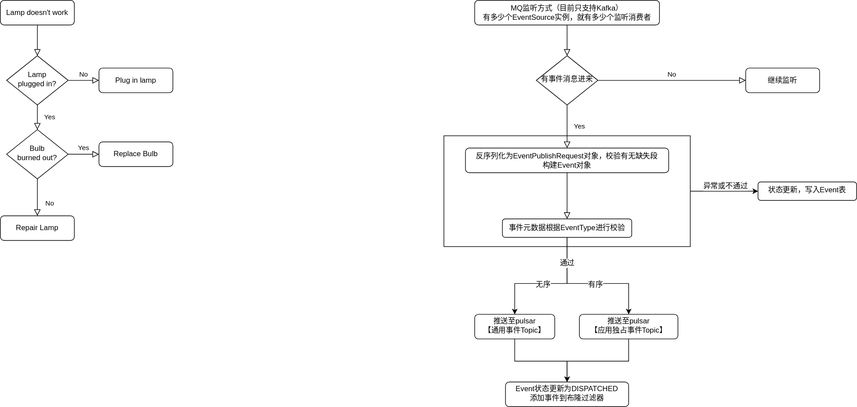
Before: 未命名绘图.drawio.svg, a diagram exported from draw.io (1171229771/draw). Source tidied: cells renumbered, new cells last; positions are measured from the earlier drawing's top-left corner, leaving out a move shared by most shapes.
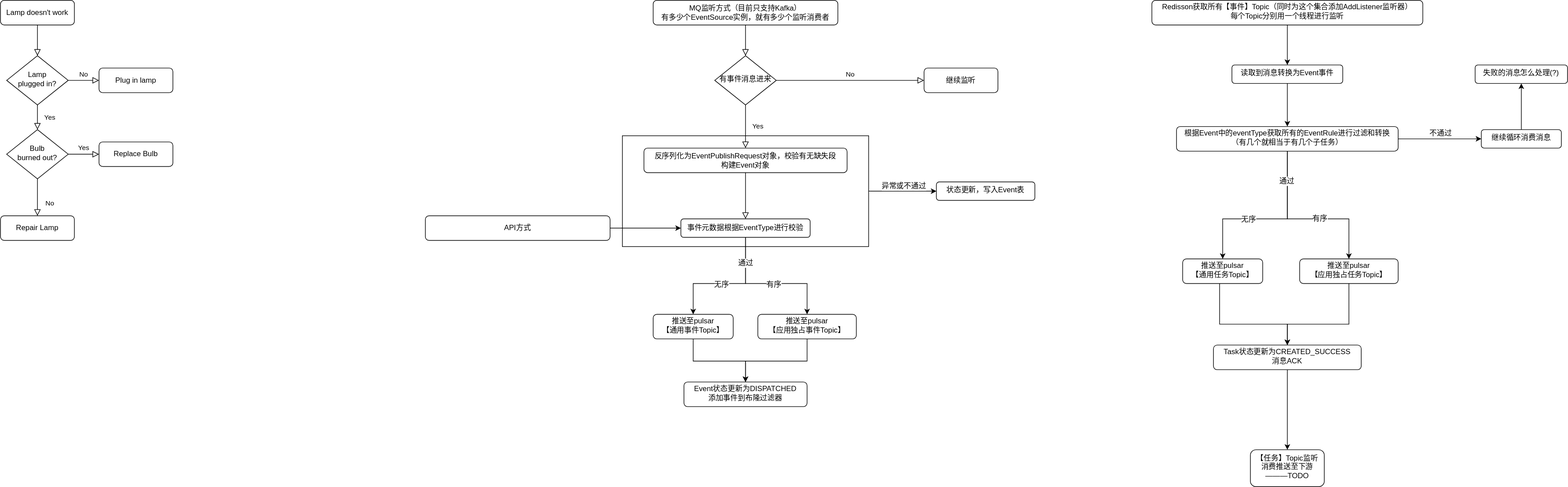
After the change.

Commit message:
更新未命名绘图.drawio.svg

The edit, as a diff of the source:
```diff
@@ -9,7 +9,7 @@
       <mxGeometry relative="1" as="geometry" />
     </mxCell>
     <mxCell id="4" value="Lamp doesn't work" style="rounded=1;whiteSpace=wrap;html=1;fontSize=12;glass=0;strokeWidth=1;shadow=0;" parent="1" vertex="1">
-      <mxGeometry width="120" height="40" as="geometry" />
+      <mxGeometry x="-290" width="120" height="40" as="geometry" />
     </mxCell>
     <mxCell id="5" value="Yes" style="rounded=0;html=1;jettySize=auto;fontSize=11;endArrow=block;endFill=0;endSize=8;strokeWidth=1;shadow=0;labelBackgroundColor=none;edgeStyle=orthogonalEdgeStyle;" parent="1" edge="1" source="7" target="11">
       <mxGeometry y="20" relative="1" as="geometry" />
@@ -18,10 +18,10 @@
       <mxGeometry y="10" relative="1" as="geometry" />
     </mxCell>
     <mxCell id="7" value="Lamp&lt;br&gt;plugged in?" style="rhombus;whiteSpace=wrap;html=1;shadow=0;fontFamily=Helvetica;fontSize=12;align=center;strokeWidth=1;spacing=6;spacingTop=-4;" parent="1" vertex="1">
-      <mxGeometry x="10" y="90" width="100" height="80" as="geometry" />
+      <mxGeometry x="-280" y="90" width="100" height="80" as="geometry" />
     </mxCell>
     <mxCell id="8" value="Plug in lamp" style="rounded=1;whiteSpace=wrap;html=1;fontSize=12;glass=0;strokeWidth=1;shadow=0;" parent="1" vertex="1">
-      <mxGeometry x="160" y="110" width="120" height="40" as="geometry" />
+      <mxGeometry x="-130" y="110" width="120" height="40" as="geometry" />
     </mxCell>
     <mxCell id="9" value="No" style="rounded=0;html=1;jettySize=auto;fontSize=11;endArrow=block;endFill=0;endSize=8;strokeWidth=1;shadow=0;labelBackgroundColor=none;edgeStyle=orthogonalEdgeStyle;" parent="1" edge="1" source="11" target="12">
       <mxGeometry x="0.33" y="20" relative="1" as="geometry" />
@@ -30,13 +30,13 @@
       <mxGeometry y="10" relative="1" as="geometry" />
     </mxCell>
     <mxCell id="11" value="Bulb&lt;br&gt;burned out?" style="rhombus;whiteSpace=wrap;html=1;shadow=0;fontFamily=Helvetica;fontSize=12;align=center;strokeWidth=1;spacing=6;spacingTop=-4;" parent="1" vertex="1">
-      <mxGeometry x="10" y="210" width="100" height="80" as="geometry" />
+      <mxGeometry x="-280" y="210" width="100" height="80" as="geometry" />
     </mxCell>
     <mxCell id="12" value="Repair Lamp" style="rounded=1;whiteSpace=wrap;html=1;fontSize=12;glass=0;strokeWidth=1;shadow=0;" parent="1" vertex="1">
-      <mxGeometry y="350" width="120" height="40" as="geometry" />
+      <mxGeometry x="-290" y="350" width="120" height="40" as="geometry" />
     </mxCell>
     <mxCell id="13" value="Replace Bulb" style="rounded=1;whiteSpace=wrap;html=1;fontSize=12;glass=0;strokeWidth=1;shadow=0;" parent="1" vertex="1">
-      <mxGeometry x="160" y="230" width="120" height="40" as="geometry" />
+      <mxGeometry x="-130" y="230" width="120" height="40" as="geometry" />
     </mxCell>
     <mxCell id="14" style="rounded=0;html=1;jettySize=auto;fontSize=11;endArrow=block;endFill=0;endSize=8;strokeWidth=1;shadow=0;labelBackgroundColor=none;edgeStyle=orthogonalEdgeStyle;" parent="1" edge="1" source="15" target="17">
       <mxGeometry relative="1" as="geometry" />
@@ -132,5 +132,105 @@
     <mxCell id="35" value="状态更新，写入Event表&lt;br&gt;" style="rounded=1;whiteSpace=wrap;html=1;shadow=0;strokeColor=default;strokeWidth=1;align=center;verticalAlign=middle;spacingTop=-4;spacing=6;fontFamily=Helvetica;fontSize=12;fontColor=default;fillColor=default;" parent="1" vertex="1">
       <mxGeometry x="1230" y="295" width="160" height="30" as="geometry" />
     </mxCell>
+    <mxCell id="36" style="edgeStyle=orthogonalEdgeStyle;rounded=0;jettySize=auto;html=1;entryX=0;entryY=0.5;entryDx=0;entryDy=0;fontFamily=Helvetica;fontSize=12;fontColor=default;" parent="1" edge="1" source="37" target="24">
+      <mxGeometry relative="1" as="geometry" />
+    </mxCell>
+    <mxCell id="37" value="API方式" style="rounded=1;html=1;fontSize=12;glass=0;strokeWidth=1;shadow=0;whiteSpace=wrap;" parent="1" vertex="1">
+      <mxGeometry x="400" y="350" width="300" height="40" as="geometry" />
+    </mxCell>
+    <mxCell id="38" style="edgeStyle=orthogonalEdgeStyle;rounded=0;jettySize=auto;html=1;fontFamily=Helvetica;fontSize=12;fontColor=default;entryX=0.5;entryY=0;entryDx=0;entryDy=0;" parent="1" edge="1" source="39" target="41">
+      <mxGeometry relative="1" as="geometry" />
+    </mxCell>
+    <mxCell id="39" value="Redisson获取所有【事件】Topic（同时为这个集合添加AddListener监听器）&lt;br&gt;每个Topic分别用一个线程进行监听&lt;span style=&quot;background-color: initial;&quot;&gt;&lt;br&gt;&lt;/span&gt;" style="rounded=1;whiteSpace=wrap;html=1;shadow=0;strokeColor=default;strokeWidth=1;align=center;verticalAlign=middle;spacingTop=-4;spacing=6;fontFamily=Helvetica;fontSize=12;fontColor=default;fillColor=default;" parent="1" vertex="1">
+      <mxGeometry x="1580" width="440" height="40" as="geometry" />
+    </mxCell>
+    <mxCell id="40" style="edgeStyle=orthogonalEdgeStyle;rounded=0;jettySize=auto;html=1;fontFamily=Helvetica;fontSize=12;fontColor=default;entryX=0.5;entryY=0;entryDx=0;entryDy=0;" parent="1" edge="1" source="41" target="44">
+      <mxGeometry relative="1" as="geometry" />
+    </mxCell>
+    <mxCell id="41" value="读取到消息转换为Event事件" style="rounded=1;whiteSpace=wrap;html=1;shadow=0;strokeColor=default;strokeWidth=1;align=center;verticalAlign=middle;spacingTop=-4;spacing=6;fontFamily=Helvetica;fontSize=12;fontColor=default;fillColor=default;" parent="1" vertex="1">
+      <mxGeometry x="1710" y="105" width="180" height="30" as="geometry" />
+    </mxCell>
+    <mxCell id="42" style="edgeStyle=orthogonalEdgeStyle;rounded=0;jettySize=auto;html=1;fontFamily=Helvetica;fontSize=12;fontColor=default;entryX=0;entryY=0.5;entryDx=0;entryDy=0;" parent="1" edge="1" source="44" target="57">
+      <mxGeometry relative="1" as="geometry" />
+    </mxCell>
+    <mxCell id="43" value="不通过" style="edgeLabel;html=1;align=center;verticalAlign=middle;fontSize=12;fontFamily=Helvetica;fontColor=default;" parent="42" vertex="1">
+      <mxGeometry x="0.02" width="60" height="30" relative="1" as="geometry">
+        <mxPoint x="-30" y="-24" as="offset" />
+      </mxGeometry>
+    </mxCell>
+    <mxCell id="44" value="根据Event中的eventType获取所有的EventRule进行过滤和转换&lt;br&gt;（有几个就相当于有几个子任务）" style="rounded=1;whiteSpace=wrap;html=1;shadow=0;strokeColor=default;strokeWidth=1;align=center;verticalAlign=middle;spacingTop=-4;spacing=6;fontFamily=Helvetica;fontSize=12;fontColor=default;fillColor=default;" parent="1" vertex="1">
+      <mxGeometry x="1620" y="205" width="360" height="40" as="geometry" />
+    </mxCell>
+    <mxCell id="45" style="edgeStyle=orthogonalEdgeStyle;rounded=0;jettySize=auto;html=1;fontFamily=Helvetica;fontSize=12;fontColor=default;entryX=0.5;entryY=0;entryDx=0;entryDy=0;" parent="1" edge="1" source="46" target="50">
+      <mxGeometry relative="1" as="geometry">
+        <Array as="points">
+          <mxPoint x="1900" y="526" />
+          <mxPoint x="1800" y="526" />
+        </Array>
+      </mxGeometry>
+    </mxCell>
+    <mxCell id="46" value="推送至pulsar&lt;br&gt;【应用独占任务Topic】" style="rounded=1;whiteSpace=wrap;html=1;shadow=0;strokeColor=default;strokeWidth=1;align=center;verticalAlign=middle;spacingTop=-4;spacing=6;fontFamily=Helvetica;fontSize=12;fontColor=default;fillColor=default;" parent="1" vertex="1">
+      <mxGeometry x="1820" y="420" width="160" height="40" as="geometry" />
+    </mxCell>
+    <mxCell id="47" style="edgeStyle=orthogonalEdgeStyle;rounded=0;jettySize=auto;html=1;fontFamily=Helvetica;fontSize=12;fontColor=default;entryX=0.5;entryY=0;entryDx=0;entryDy=0;" parent="1" edge="1" source="48" target="50">
+      <mxGeometry relative="1" as="geometry">
+        <Array as="points">
+          <mxPoint x="1690" y="526" />
+          <mxPoint x="1800" y="526" />
+        </Array>
+      </mxGeometry>
+    </mxCell>
+    <mxCell id="48" value="推送至pulsar&lt;br&gt;【通用任务Topic】" style="rounded=1;whiteSpace=wrap;html=1;shadow=0;strokeColor=default;strokeWidth=1;align=center;verticalAlign=middle;spacingTop=-4;spacing=6;fontFamily=Helvetica;fontSize=12;fontColor=default;fillColor=default;" parent="1" vertex="1">
+      <mxGeometry x="1630" y="420" width="130" height="40" as="geometry" />
+    </mxCell>
+    <mxCell id="49" style="edgeStyle=orthogonalEdgeStyle;rounded=0;jettySize=auto;html=1;fontFamily=Helvetica;fontSize=12;fontColor=default;entryX=0.5;entryY=0;entryDx=0;entryDy=0;" parent="1" edge="1" source="50" target="59">
+      <mxGeometry relative="1" as="geometry" />
+    </mxCell>
+    <mxCell id="50" value="Task状态更新为CREATED_SUCCESS&lt;br&gt;消息ACK" style="rounded=1;whiteSpace=wrap;html=1;shadow=0;strokeColor=default;strokeWidth=1;align=center;verticalAlign=middle;spacingTop=-4;spacing=6;fontFamily=Helvetica;fontSize=12;fontColor=default;fillColor=default;" parent="1" vertex="1">
+      <mxGeometry x="1680" y="560" width="240" height="40" as="geometry" />
+    </mxCell>
+    <mxCell id="51" style="edgeStyle=orthogonalEdgeStyle;rounded=0;jettySize=auto;html=1;fontFamily=Helvetica;fontSize=12;fontColor=default;entryX=0.5;entryY=0;entryDx=0;entryDy=0;exitX=0.5;exitY=1;exitDx=0;exitDy=0;" parent="1" edge="1" source="44" target="46">
+      <mxGeometry relative="1" as="geometry">
+        <Array as="points">
+          <mxPoint x="1800" y="355" />
+          <mxPoint x="1900" y="355" />
+        </Array>
+      </mxGeometry>
+    </mxCell>
+    <mxCell id="52" value="有序" style="edgeLabel;html=1;align=center;verticalAlign=middle;fontSize=12;fontFamily=Helvetica;fontColor=default;" parent="51" vertex="1">
+      <mxGeometry y="-1" width="50" height="30" relative="1" as="geometry">
+        <mxPoint y="-16" as="offset" />
+      </mxGeometry>
+    </mxCell>
+    <mxCell id="53" style="edgeStyle=orthogonalEdgeStyle;rounded=0;jettySize=auto;html=1;fontFamily=Helvetica;fontSize=12;fontColor=default;exitX=0.5;exitY=1;exitDx=0;exitDy=0;entryX=0.5;entryY=0;entryDx=0;entryDy=0;" parent="1" edge="1" source="44" target="48">
+      <mxGeometry relative="1" as="geometry">
+        <Array as="points">
+          <mxPoint x="1800" y="355" />
+          <mxPoint x="1695" y="355" />
+        </Array>
+      </mxGeometry>
+    </mxCell>
+    <mxCell id="54" value="通过" style="edgeLabel;html=1;align=center;verticalAlign=middle;fontSize=12;fontFamily=Helvetica;fontColor=default;" parent="53" vertex="1">
+      <mxGeometry x="-0.77" y="-1" width="50" height="30" relative="1" as="geometry">
+        <mxPoint x="-25" y="2" as="offset" />
+      </mxGeometry>
+    </mxCell>
+    <mxCell id="55" value="无序" style="edgeLabel;html=1;align=center;verticalAlign=middle;fontSize=12;fontFamily=Helvetica;fontColor=default;" parent="53" vertex="1">
+      <mxGeometry x="0.03" y="1" width="50" height="30" relative="1" as="geometry">
+        <mxPoint x="-54" y="-15" as="offset" />
+      </mxGeometry>
+    </mxCell>
+    <mxCell id="56" style="edgeStyle=orthogonalEdgeStyle;rounded=0;jettySize=auto;html=1;fontFamily=Helvetica;fontSize=12;fontColor=default;entryX=0.5;entryY=1;entryDx=0;entryDy=0;" parent="1" edge="1" source="57" target="58">
+      <mxGeometry relative="1" as="geometry" />
+    </mxCell>
+    <mxCell id="57" value="继续循环消费消息&lt;br&gt;" style="rounded=1;whiteSpace=wrap;html=1;shadow=0;strokeColor=default;strokeWidth=1;align=center;verticalAlign=middle;spacingTop=-4;spacing=6;fontFamily=Helvetica;fontSize=12;fontColor=default;fillColor=default;" parent="1" vertex="1">
+      <mxGeometry x="2115" y="210" width="130" height="30" as="geometry" />
+    </mxCell>
+    <mxCell id="58" value="失败的消息怎么处理(?)" style="rounded=1;whiteSpace=wrap;html=1;shadow=0;strokeColor=default;strokeWidth=1;align=center;verticalAlign=middle;spacingTop=-4;spacing=6;fontFamily=Helvetica;fontSize=12;fontColor=default;fillColor=default;" parent="1" vertex="1">
+      <mxGeometry x="2105" y="105" width="150" height="30" as="geometry" />
+    </mxCell>
+    <mxCell id="59" value="【任务】Topic监听消费推送至下游———TODO" style="rounded=1;whiteSpace=wrap;html=1;shadow=0;strokeColor=default;strokeWidth=1;align=center;verticalAlign=middle;spacingTop=-4;spacing=6;fontFamily=Helvetica;fontSize=12;fontColor=default;fillColor=default;" parent="1" vertex="1">
+      <mxGeometry x="1740" y="730" width="120" height="60" as="geometry" />
+    </mxCell>
   </root>
 </mxGraphModel>
```
